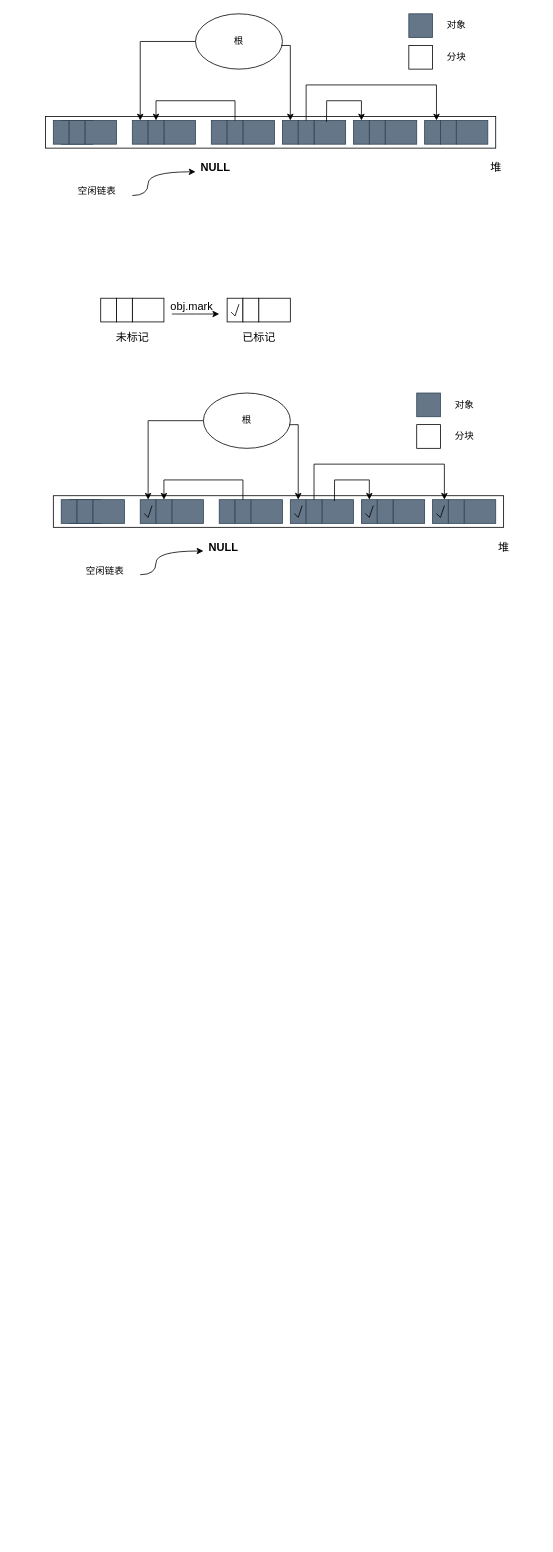
Earlier version of the draw.io diagram gc.drawio (hhyouyou/draw). Source tidied: cells renumbered, new cells numbered last; positions are measured from the earlier drawing's top-left corner, leaving out a move shared by most shapes. Both pictures are drawn from the tidied source at 79%, with x=0, y=0 at pixel (45, 13).
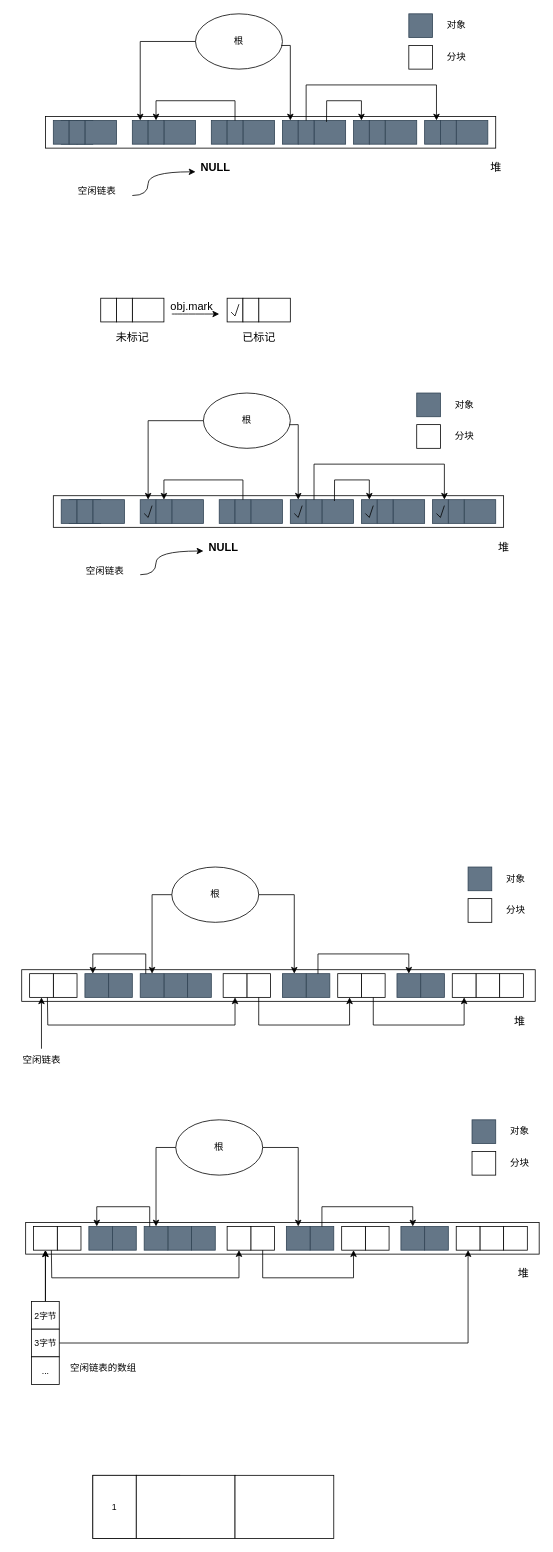
The same page after the edit.

Change to the diagram source:
```diff
@@
+    <mxCell id="103" style="group;" parent="1" vertex="1">
+      <mxGeometry x="-40" y="1080" width="660" height="260" as="geometry" />
+    </mxCell>
+    <mxCell id="104" value="根" style="ellipse;whiteSpace=wrap;html=1;" parent="103" vertex="1">
+      <mxGeometry x="200" width="110" height="70" as="geometry" />
+    </mxCell>
+    <mxCell id="105" style="rounded=0;whiteSpace=wrap;html=1;" parent="103" vertex="1">
+      <mxGeometry x="10" y="130" width="650" height="40" as="geometry" />
+    </mxCell>
+    <mxCell id="106" style="rounded=0;whiteSpace=wrap;html=1;" parent="103" vertex="1">
+      <mxGeometry x="50" y="135" width="30" height="30" as="geometry" />
+    </mxCell>
+    <mxCell id="107" style="rounded=0;whiteSpace=wrap;html=1;" parent="103" vertex="1">
+      <mxGeometry x="20" y="135" width="30" height="30" as="geometry" />
+    </mxCell>
+    <mxCell id="108" style="whiteSpace=wrap;html=1;fillColor=#647687;fontColor=#ffffff;strokeColor=#314354;" parent="103" vertex="1">
+      <mxGeometry x="575" width="30" height="30" as="geometry" />
+    </mxCell>
+    <mxCell id="109" style="whiteSpace=wrap;html=1;" parent="103" vertex="1">
+      <mxGeometry x="575" y="40" width="30" height="30" as="geometry" />
+    </mxCell>
+    <mxCell id="110" value="对象" style="text;html=1;align=center;verticalAlign=middle;strokeColor=none;fillColor=none;" parent="103" vertex="1">
+      <mxGeometry x="610" width="50" height="30" as="geometry" />
+    </mxCell>
+    <mxCell id="111" value="分块" style="text;html=1;align=center;verticalAlign=middle;strokeColor=none;fillColor=none;" parent="103" vertex="1">
+      <mxGeometry x="610" y="40" width="50" height="30" as="geometry" />
+    </mxCell>
+    <mxCell id="112" style="edgeStyle=orthogonalEdgeStyle;rounded=0;jettySize=auto;html=1;entryX=0.5;entryY=1;entryDx=0;entryDy=0;" parent="103" edge="1" source="113" target="107">
+      <mxGeometry relative="1" as="geometry" />
+    </mxCell>
+    <mxCell id="113" value="空闲链表" style="text;html=1;align=center;verticalAlign=middle;points=[];strokeColor=none;fillColor=none;" parent="103" vertex="1">
+      <mxGeometry y="230" width="70" height="30" as="geometry" />
+    </mxCell>
+    <mxCell id="114" value="堆" style="text;html=1;align=center;verticalAlign=middle;strokeColor=none;fillColor=none;fontSize=14;" parent="103" vertex="1">
+      <mxGeometry x="620" y="180" width="40" height="30" as="geometry" />
+    </mxCell>
+    <mxCell id="115" style="rounded=0;whiteSpace=wrap;html=1;fillColor=#647687;fontColor=#ffffff;strokeColor=#314354;" parent="103" vertex="1">
+      <mxGeometry x="120" y="135" width="30" height="30" as="geometry" />
+    </mxCell>
+    <mxCell id="116" style="rounded=0;whiteSpace=wrap;html=1;fillColor=#647687;fontColor=#ffffff;strokeColor=#314354;" parent="103" vertex="1">
+      <mxGeometry x="90" y="135" width="30" height="30" as="geometry" />
+    </mxCell>
+    <mxCell id="117" style="group;" parent="103" vertex="1">
+      <mxGeometry x="160" y="135" width="90" height="30" as="geometry" />
+    </mxCell>
+    <mxCell id="118" style="rounded=0;whiteSpace=wrap;html=1;fillColor=#647687;fontColor=#ffffff;strokeColor=#314354;" parent="117" vertex="1">
+      <mxGeometry x="30" width="30" height="30" as="geometry" />
+    </mxCell>
+    <mxCell id="119" style="rounded=0;whiteSpace=wrap;html=1;fillColor=#647687;fontColor=#ffffff;strokeColor=#314354;" parent="117" vertex="1">
+      <mxGeometry width="30" height="30" as="geometry" />
+    </mxCell>
+    <mxCell id="120" style="rounded=0;whiteSpace=wrap;html=1;fillColor=#647687;fontColor=#ffffff;strokeColor=#314354;" parent="117" vertex="1">
+      <mxGeometry x="60" width="30" height="30" as="geometry" />
+    </mxCell>
+    <mxCell id="121" style="rounded=0;whiteSpace=wrap;html=1;" parent="103" vertex="1">
+      <mxGeometry x="295" y="135" width="30" height="30" as="geometry" />
+    </mxCell>
+    <mxCell id="122" style="rounded=0;whiteSpace=wrap;html=1;" parent="103" vertex="1">
+      <mxGeometry x="265" y="135" width="30" height="30" as="geometry" />
+    </mxCell>
+    <mxCell id="123" style="rounded=0;whiteSpace=wrap;html=1;fillColor=#647687;fontColor=#ffffff;strokeColor=#314354;" parent="103" vertex="1">
+      <mxGeometry x="370" y="135" width="30" height="30" as="geometry" />
+    </mxCell>
+    <mxCell id="124" style="rounded=0;whiteSpace=wrap;html=1;fillColor=#647687;fontColor=#ffffff;strokeColor=#314354;" parent="103" vertex="1">
+      <mxGeometry x="340" y="135" width="30" height="30" as="geometry" />
+    </mxCell>
+    <mxCell id="125" style="edgeStyle=orthogonalEdgeStyle;rounded=0;jettySize=auto;html=1;exitX=1;exitY=0.5;exitDx=0;exitDy=0;elbow=vertical;" parent="103" edge="1" source="104" target="124">
+      <mxGeometry relative="1" as="geometry" />
+    </mxCell>
+    <mxCell id="126" style="rounded=0;whiteSpace=wrap;html=1;" parent="103" vertex="1">
+      <mxGeometry x="440" y="135" width="30" height="30" as="geometry" />
+    </mxCell>
+    <mxCell id="127" style="rounded=0;whiteSpace=wrap;html=1;" parent="103" vertex="1">
+      <mxGeometry x="410" y="135" width="30" height="30" as="geometry" />
+    </mxCell>
+    <mxCell id="128" style="edgeStyle=orthogonalEdgeStyle;rounded=0;jettySize=auto;html=1;exitX=0.5;exitY=1;exitDx=0;exitDy=0;" parent="103" edge="1" source="121" target="127">
+      <mxGeometry relative="1" as="geometry">
+        <Array as="points">
+          <mxPoint x="310" y="200" />
+          <mxPoint x="425" y="200" />
+        </Array>
+      </mxGeometry>
+    </mxCell>
+    <mxCell id="129" style="rounded=0;whiteSpace=wrap;html=1;fillColor=#647687;fontColor=#ffffff;strokeColor=#314354;" parent="103" vertex="1">
+      <mxGeometry x="515" y="135" width="30" height="30" as="geometry" />
+    </mxCell>
+    <mxCell id="130" style="rounded=0;whiteSpace=wrap;html=1;fillColor=#647687;fontColor=#ffffff;strokeColor=#314354;" parent="103" vertex="1">
+      <mxGeometry x="485" y="135" width="30" height="30" as="geometry" />
+    </mxCell>
+    <mxCell id="131" style="rounded=0;whiteSpace=wrap;html=1;" parent="103" vertex="1">
+      <mxGeometry x="585" y="135" width="30" height="30" as="geometry" />
+    </mxCell>
+    <mxCell id="132" style="rounded=0;whiteSpace=wrap;html=1;" parent="103" vertex="1">
+      <mxGeometry x="555" y="135" width="30" height="30" as="geometry" />
+    </mxCell>
+    <mxCell id="133" style="rounded=0;whiteSpace=wrap;html=1;" parent="103" vertex="1">
+      <mxGeometry x="615" y="135" width="30" height="30" as="geometry" />
+    </mxCell>
+    <mxCell id="134" style="edgeStyle=orthogonalEdgeStyle;rounded=0;jettySize=auto;html=1;exitX=0.5;exitY=0;exitDx=0;exitDy=0;entryX=0.5;entryY=0;entryDx=0;entryDy=0;elbow=vertical;" parent="103" edge="1" source="123" target="130">
+      <mxGeometry relative="1" as="geometry">
+        <Array as="points">
+          <mxPoint x="385" y="110" />
+          <mxPoint x="500" y="110" />
+        </Array>
+      </mxGeometry>
+    </mxCell>
+    <mxCell id="135" style="endArrow=classic;html=1;rounded=0;exitX=0.75;exitY=1;exitDx=0;exitDy=0;entryX=0.5;entryY=1;entryDx=0;entryDy=0;" parent="103" edge="1" source="107" target="122">
+      <mxGeometry relative="1" as="geometry">
+        <Array as="points">
+          <mxPoint x="43" y="200" />
+          <mxPoint x="280" y="200" />
+        </Array>
+      </mxGeometry>
+    </mxCell>
+    <mxCell id="136" style="edgeStyle=orthogonalEdgeStyle;rounded=0;jettySize=auto;html=1;exitX=0.5;exitY=1;exitDx=0;exitDy=0;elbow=vertical;entryX=0.5;entryY=1;entryDx=0;entryDy=0;" parent="103" edge="1" source="126" target="132">
+      <mxGeometry relative="1" as="geometry">
+        <Array as="points">
+          <mxPoint x="455" y="200" />
+          <mxPoint x="570" y="200" />
+        </Array>
+      </mxGeometry>
+    </mxCell>
+    <mxCell id="137" style="edgeStyle=orthogonalEdgeStyle;rounded=0;jettySize=auto;html=1;exitX=0;exitY=0.5;exitDx=0;exitDy=0;elbow=vertical;" parent="103" edge="1" source="104" target="119">
+      <mxGeometry relative="1" as="geometry">
+        <Array as="points">
+          <mxPoint x="175" y="35" />
+        </Array>
+      </mxGeometry>
+    </mxCell>
+    <mxCell id="138" style="edgeStyle=orthogonalEdgeStyle;rounded=0;jettySize=auto;html=1;elbow=vertical;" parent="103" edge="1" source="119">
+      <mxGeometry relative="1" as="geometry">
+        <mxPoint x="100" y="135" as="targetPoint" />
+        <Array as="points">
+          <mxPoint x="167" y="110" />
+          <mxPoint x="100" y="110" />
+        </Array>
+      </mxGeometry>
+    </mxCell>
+    <mxCell id="139" style="group;" parent="1" vertex="1">
+      <mxGeometry x="-25" y="1400" width="650" height="335" as="geometry" />
+    </mxCell>
+    <mxCell id="140" value="根" style="ellipse;whiteSpace=wrap;html=1;" parent="139" vertex="1">
+      <mxGeometry x="190" width="110" height="70" as="geometry" />
+    </mxCell>
+    <mxCell id="141" style="rounded=0;whiteSpace=wrap;html=1;" parent="139" vertex="1">
+      <mxGeometry y="130" width="650" height="40" as="geometry" />
+    </mxCell>
+    <mxCell id="142" style="rounded=0;whiteSpace=wrap;html=1;" parent="139" vertex="1">
+      <mxGeometry x="40" y="135" width="30" height="30" as="geometry" />
+    </mxCell>
+    <mxCell id="143" style="rounded=0;whiteSpace=wrap;html=1;" parent="139" vertex="1">
+      <mxGeometry x="10" y="135" width="30" height="30" as="geometry" />
+    </mxCell>
+    <mxCell id="144" style="whiteSpace=wrap;html=1;fillColor=#647687;fontColor=#ffffff;strokeColor=#314354;" parent="139" vertex="1">
+      <mxGeometry x="565" width="30" height="30" as="geometry" />
+    </mxCell>
+    <mxCell id="145" style="whiteSpace=wrap;html=1;" parent="139" vertex="1">
+      <mxGeometry x="565" y="40" width="30" height="30" as="geometry" />
+    </mxCell>
+    <mxCell id="146" value="对象" style="text;html=1;align=center;verticalAlign=middle;strokeColor=none;fillColor=none;" parent="139" vertex="1">
+      <mxGeometry x="600" width="50" height="30" as="geometry" />
+    </mxCell>
+    <mxCell id="147" value="分块" style="text;html=1;align=center;verticalAlign=middle;strokeColor=none;fillColor=none;" parent="139" vertex="1">
+      <mxGeometry x="600" y="40" width="50" height="30" as="geometry" />
+    </mxCell>
+    <mxCell id="148" style="edgeStyle=orthogonalEdgeStyle;rounded=0;jettySize=auto;html=1;entryX=0.5;entryY=1;entryDx=0;entryDy=0;" parent="139" edge="1" source="176" target="143">
+      <mxGeometry relative="1" as="geometry" />
+    </mxCell>
+    <mxCell id="149" value="堆" style="text;html=1;align=center;verticalAlign=middle;strokeColor=none;fillColor=none;fontSize=14;" parent="139" vertex="1">
+      <mxGeometry x="610" y="180" width="40" height="30" as="geometry" />
+    </mxCell>
+    <mxCell id="150" style="rounded=0;whiteSpace=wrap;html=1;fillColor=#647687;fontColor=#ffffff;strokeColor=#314354;" parent="139" vertex="1">
+      <mxGeometry x="110" y="135" width="30" height="30" as="geometry" />
+    </mxCell>
+    <mxCell id="151" style="rounded=0;whiteSpace=wrap;html=1;fillColor=#647687;fontColor=#ffffff;strokeColor=#314354;" parent="139" vertex="1">
+      <mxGeometry x="80" y="135" width="30" height="30" as="geometry" />
+    </mxCell>
+    <mxCell id="152" style="group;" parent="139" vertex="1">
+      <mxGeometry x="150" y="135" width="90" height="30" as="geometry" />
+    </mxCell>
+    <mxCell id="153" style="rounded=0;whiteSpace=wrap;html=1;fillColor=#647687;fontColor=#ffffff;strokeColor=#314354;" parent="152" vertex="1">
+      <mxGeometry x="30" width="30" height="30" as="geometry" />
+    </mxCell>
+    <mxCell id="154" style="rounded=0;whiteSpace=wrap;html=1;fillColor=#647687;fontColor=#ffffff;strokeColor=#314354;" parent="152" vertex="1">
+      <mxGeometry width="30" height="30" as="geometry" />
+    </mxCell>
+    <mxCell id="155" style="rounded=0;whiteSpace=wrap;html=1;fillColor=#647687;fontColor=#ffffff;strokeColor=#314354;" parent="152" vertex="1">
+      <mxGeometry x="60" width="30" height="30" as="geometry" />
+    </mxCell>
+    <mxCell id="156" style="rounded=0;whiteSpace=wrap;html=1;" parent="139" vertex="1">
+      <mxGeometry x="285" y="135" width="30" height="30" as="geometry" />
+    </mxCell>
+    <mxCell id="157" style="rounded=0;whiteSpace=wrap;html=1;" parent="139" vertex="1">
+      <mxGeometry x="255" y="135" width="30" height="30" as="geometry" />
+    </mxCell>
+    <mxCell id="158" style="rounded=0;whiteSpace=wrap;html=1;fillColor=#647687;fontColor=#ffffff;strokeColor=#314354;" parent="139" vertex="1">
+      <mxGeometry x="360" y="135" width="30" height="30" as="geometry" />
+    </mxCell>
+    <mxCell id="159" style="rounded=0;whiteSpace=wrap;html=1;fillColor=#647687;fontColor=#ffffff;strokeColor=#314354;" parent="139" vertex="1">
+      <mxGeometry x="330" y="135" width="30" height="30" as="geometry" />
+    </mxCell>
+    <mxCell id="160" style="edgeStyle=orthogonalEdgeStyle;rounded=0;jettySize=auto;html=1;exitX=1;exitY=0.5;exitDx=0;exitDy=0;elbow=vertical;" parent="139" edge="1" source="140" target="159">
+      <mxGeometry relative="1" as="geometry" />
+    </mxCell>
+    <mxCell id="161" style="rounded=0;whiteSpace=wrap;html=1;" parent="139" vertex="1">
+      <mxGeometry x="430" y="135" width="30" height="30" as="geometry" />
+    </mxCell>
+    <mxCell id="162" style="rounded=0;whiteSpace=wrap;html=1;" parent="139" vertex="1">
+      <mxGeometry x="400" y="135" width="30" height="30" as="geometry" />
+    </mxCell>
+    <mxCell id="163" style="edgeStyle=orthogonalEdgeStyle;rounded=0;jettySize=auto;html=1;exitX=0.5;exitY=1;exitDx=0;exitDy=0;" parent="139" edge="1" source="156" target="162">
+      <mxGeometry relative="1" as="geometry">
+        <Array as="points">
+          <mxPoint x="300" y="200" />
+          <mxPoint x="415" y="200" />
+        </Array>
+      </mxGeometry>
+    </mxCell>
+    <mxCell id="164" style="rounded=0;whiteSpace=wrap;html=1;fillColor=#647687;fontColor=#ffffff;strokeColor=#314354;" parent="139" vertex="1">
+      <mxGeometry x="505" y="135" width="30" height="30" as="geometry" />
+    </mxCell>
+    <mxCell id="165" style="rounded=0;whiteSpace=wrap;html=1;fillColor=#647687;fontColor=#ffffff;strokeColor=#314354;" parent="139" vertex="1">
+      <mxGeometry x="475" y="135" width="30" height="30" as="geometry" />
+    </mxCell>
+    <mxCell id="166" style="rounded=0;whiteSpace=wrap;html=1;" parent="139" vertex="1">
+      <mxGeometry x="575" y="135" width="30" height="30" as="geometry" />
+    </mxCell>
+    <mxCell id="167" style="rounded=0;whiteSpace=wrap;html=1;" parent="139" vertex="1">
+      <mxGeometry x="545" y="135" width="30" height="30" as="geometry" />
+    </mxCell>
+    <mxCell id="168" style="rounded=0;whiteSpace=wrap;html=1;" parent="139" vertex="1">
+      <mxGeometry x="605" y="135" width="30" height="30" as="geometry" />
+    </mxCell>
+    <mxCell id="169" style="edgeStyle=orthogonalEdgeStyle;rounded=0;jettySize=auto;html=1;exitX=0.5;exitY=0;exitDx=0;exitDy=0;entryX=0.5;entryY=0;entryDx=0;entryDy=0;elbow=vertical;" parent="139" edge="1" source="158" target="165">
+      <mxGeometry relative="1" as="geometry">
+        <Array as="points">
+          <mxPoint x="375" y="110" />
+          <mxPoint x="490" y="110" />
+        </Array>
+      </mxGeometry>
+    </mxCell>
+    <mxCell id="170" style="endArrow=classic;html=1;rounded=0;exitX=0.75;exitY=1;exitDx=0;exitDy=0;entryX=0.5;entryY=1;entryDx=0;entryDy=0;" parent="139" edge="1" source="143" target="157">
+      <mxGeometry relative="1" as="geometry">
+        <Array as="points">
+          <mxPoint x="33" y="200" />
+          <mxPoint x="270" y="200" />
+        </Array>
+      </mxGeometry>
+    </mxCell>
+    <mxCell id="171" style="edgeStyle=orthogonalEdgeStyle;rounded=0;jettySize=auto;html=1;exitX=1;exitY=0.5;exitDx=0;exitDy=0;elbow=vertical;entryX=0.5;entryY=1;entryDx=0;entryDy=0;" parent="139" edge="1" source="177" target="167">
+      <mxGeometry relative="1" as="geometry">
+        <Array as="points">
+          <mxPoint x="560" y="283" />
+        </Array>
+      </mxGeometry>
+    </mxCell>
+    <mxCell id="172" style="edgeStyle=orthogonalEdgeStyle;rounded=0;jettySize=auto;html=1;exitX=0;exitY=0.5;exitDx=0;exitDy=0;elbow=vertical;" parent="139" edge="1" source="140" target="154">
+      <mxGeometry relative="1" as="geometry">
+        <Array as="points">
+          <mxPoint x="165" y="35" />
+        </Array>
+      </mxGeometry>
+    </mxCell>
+    <mxCell id="173" style="edgeStyle=orthogonalEdgeStyle;rounded=0;jettySize=auto;html=1;elbow=vertical;" parent="139" edge="1" source="154">
+      <mxGeometry relative="1" as="geometry">
+        <mxPoint x="90" y="135" as="targetPoint" />
+        <Array as="points">
+          <mxPoint x="157" y="110" />
+          <mxPoint x="90" y="110" />
+        </Array>
+      </mxGeometry>
+    </mxCell>
+    <mxCell id="174" value="空闲链表的数组" style="text;html=1;align=center;verticalAlign=middle;strokeColor=none;fillColor=none;" parent="139" vertex="1">
+      <mxGeometry x="42.5" y="300" width="110" height="30" as="geometry" />
+    </mxCell>
+    <mxCell id="175" style="edgeStyle=orthogonalEdgeStyle;rounded=0;jettySize=auto;html=1;fontSize=11;elbow=vertical;" parent="139" edge="1" source="176" target="143">
+      <mxGeometry relative="1" as="geometry" />
+    </mxCell>
+    <mxCell id="176" value="&lt;font style=&quot;font-size: 11px;&quot;&gt;2字节&lt;/font&gt;" style="whiteSpace=wrap;html=1;" parent="139" vertex="1">
+      <mxGeometry x="7.5" y="230" width="35" height="35" as="geometry" />
+    </mxCell>
+    <mxCell id="177" value="&lt;font style=&quot;font-size: 11px;&quot;&gt;3字节&lt;/font&gt;" style="whiteSpace=wrap;html=1;" parent="139" vertex="1">
+      <mxGeometry x="7.5" y="265" width="35" height="35" as="geometry" />
+    </mxCell>
+    <mxCell id="178" value="&lt;span style=&quot;font-size: 11px;&quot;&gt;...&lt;/span&gt;" style="whiteSpace=wrap;html=1;" parent="139" vertex="1">
+      <mxGeometry x="7.5" y="300" width="35" height="35" as="geometry" />
+    </mxCell>
+    <mxCell id="179" style="rounded=0;whiteSpace=wrap;html=1;fontSize=11;" parent="1" vertex="1">
+      <mxGeometry x="60" y="1850" width="55" height="80" as="geometry" />
+    </mxCell>
+    <mxCell id="180" style="rounded=0;whiteSpace=wrap;html=1;fontSize=11;" parent="1" vertex="1">
+      <mxGeometry x="115" y="1850" width="55" height="80" as="geometry" />
+    </mxCell>
+    <mxCell id="181" value="1" style="rounded=0;whiteSpace=wrap;html=1;fontSize=11;" parent="1" vertex="1">
+      <mxGeometry x="60" y="1850" width="55" height="80" as="geometry" />
+    </mxCell>
+    <mxCell id="182" style="rounded=0;whiteSpace=wrap;html=1;fontSize=11;" parent="1" vertex="1">
+      <mxGeometry x="115" y="1850" width="125" height="80" as="geometry" />
+    </mxCell>
+    <mxCell id="183" style="rounded=0;whiteSpace=wrap;html=1;fontSize=11;" parent="1" vertex="1">
+      <mxGeometry x="240" y="1850" width="125" height="80" as="geometry" />
+    </mxCell>
```
